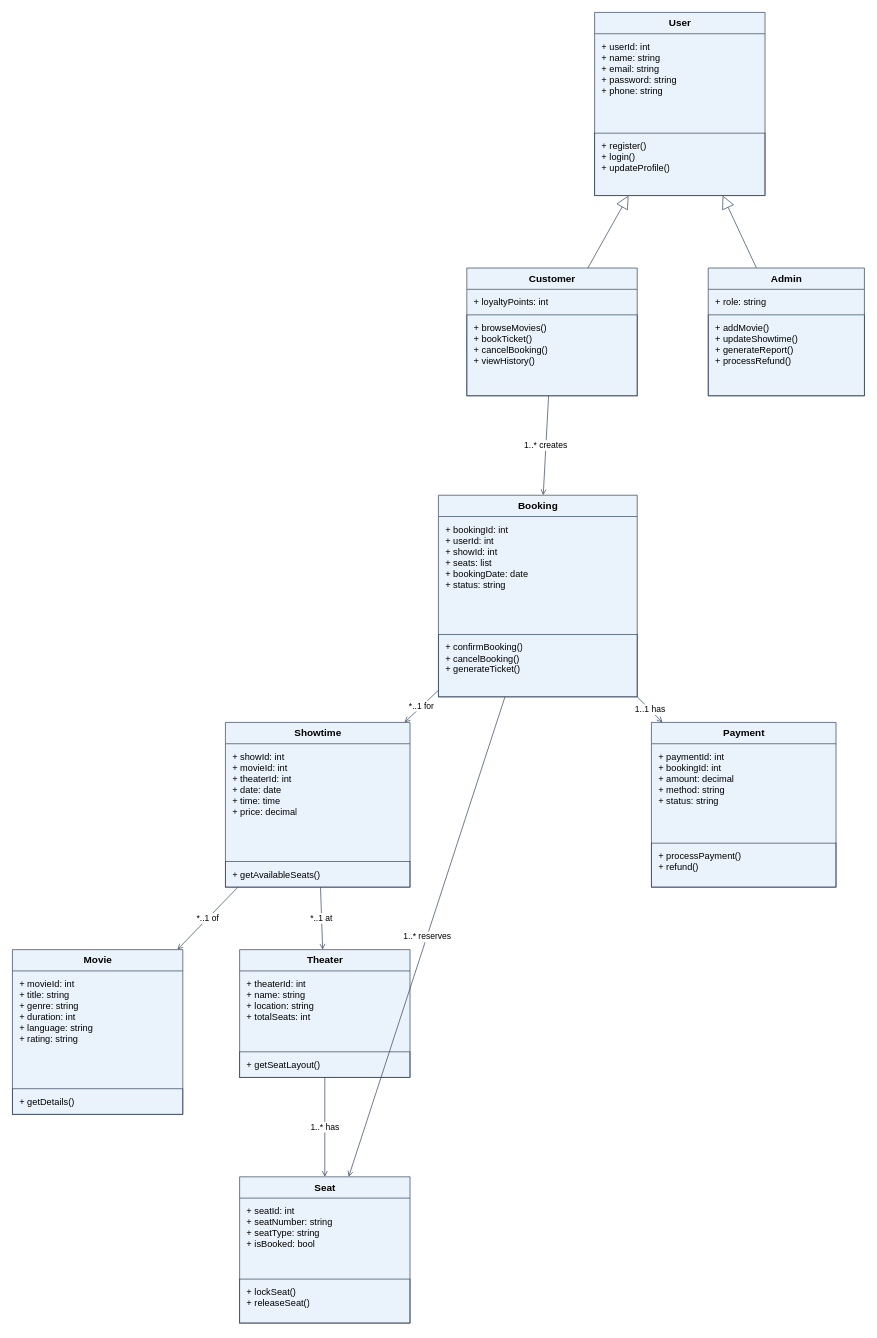
Earlier version of the draw.io diagram Designe/class-diagram.drawio (moviebookingticket/online-movie-ticket-booking). Source tidied: cells renumbered, new cells numbered last; positions are measured from the earlier drawing's top-left corner, leaving out a move shared by most shapes. Both pictures are drawn from the tidied source at 71%, with x=0, y=0 at pixel (12, 12).
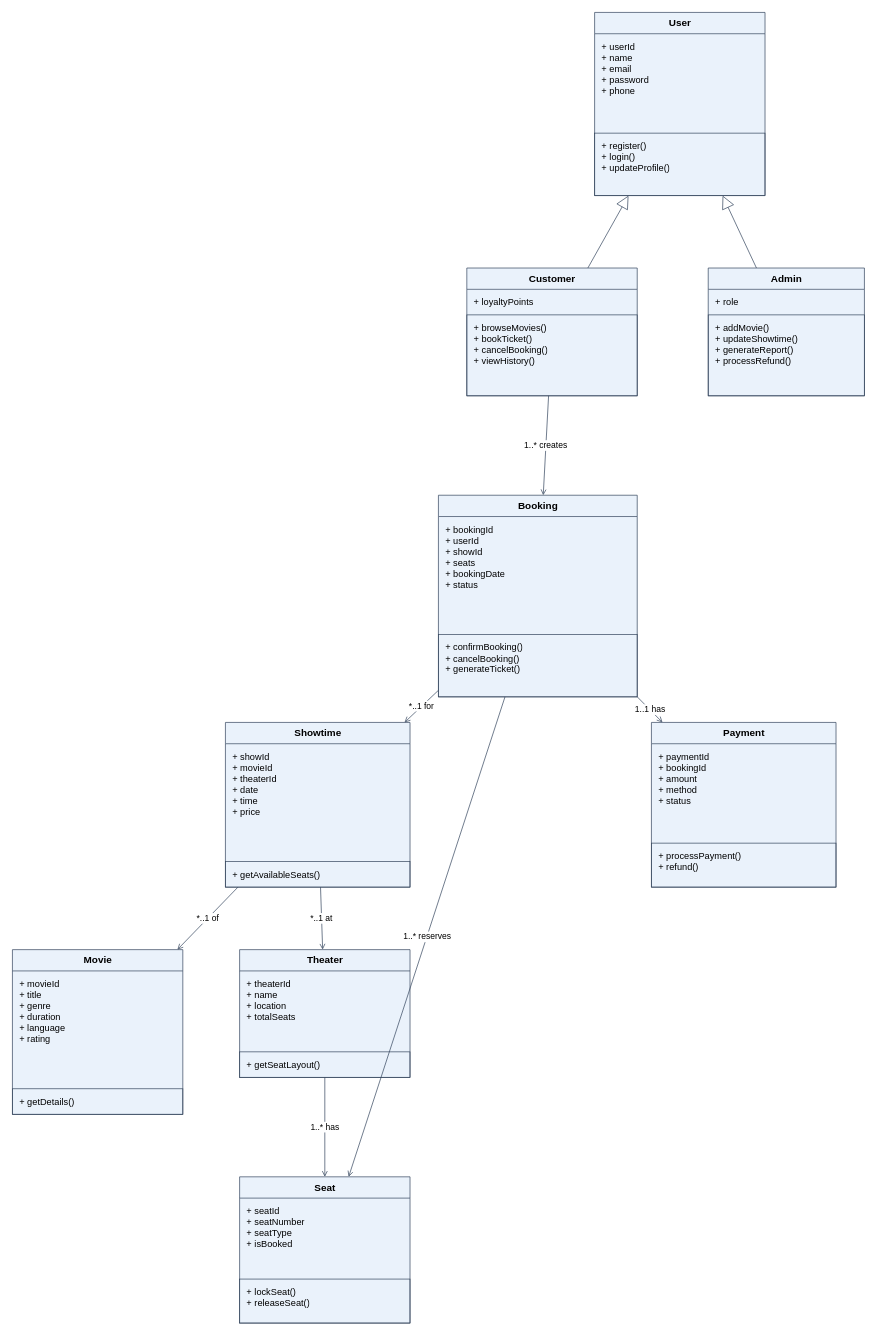
The same diagram, later.

Unchanged cells that the change refers to:
```xml
<mxCell id="2" value="User" style="swimlane;html=1;fontStyle=1;fontSize=14;align=center;verticalAlign=middle;horizontal=1;startSize=30;fillColor=#EAF2FB;strokeColor=#37485F;swimlaneFillColor=#EAF2FB;" parent="1" vertex="1">
  <mxGeometry x="820" width="240" height="258" as="geometry" />
</mxCell>
<mxCell id="5" value="Customer" style="swimlane;html=1;fontStyle=1;fontSize=14;align=center;verticalAlign=middle;horizontal=1;startSize=30;fillColor=#EAF2FB;strokeColor=#37485F;swimlaneFillColor=#EAF2FB;" parent="1" vertex="1">
  <mxGeometry x="640" y="360" width="240" height="180" as="geometry" />
</mxCell>
<mxCell id="8" value="Admin" style="swimlane;html=1;fontStyle=1;fontSize=14;align=center;verticalAlign=middle;horizontal=1;startSize=30;fillColor=#EAF2FB;strokeColor=#37485F;swimlaneFillColor=#EAF2FB;" parent="1" vertex="1">
  <mxGeometry x="980" y="360" width="220" height="180" as="geometry" />
</mxCell>
<mxCell id="11" value="Booking" style="swimlane;html=1;fontStyle=1;fontSize=14;align=center;verticalAlign=middle;horizontal=1;startSize=30;fillColor=#EAF2FB;strokeColor=#37485F;swimlaneFillColor=#EAF2FB;" parent="1" vertex="1">
  <mxGeometry x="600" y="680" width="280" height="284" as="geometry" />
</mxCell>
<mxCell id="14" value="Showtime" style="swimlane;html=1;fontStyle=1;fontSize=14;align=center;verticalAlign=middle;horizontal=1;startSize=30;fillColor=#EAF2FB;strokeColor=#37485F;swimlaneFillColor=#EAF2FB;" parent="1" vertex="1">
  <mxGeometry x="300" y="1000" width="260" height="232" as="geometry" />
</mxCell>
<mxCell id="17" value="Payment" style="swimlane;html=1;fontStyle=1;fontSize=14;align=center;verticalAlign=middle;horizontal=1;startSize=30;fillColor=#EAF2FB;strokeColor=#37485F;swimlaneFillColor=#EAF2FB;" parent="1" vertex="1">
  <mxGeometry x="900" y="1000" width="260" height="232" as="geometry" />
</mxCell>
<mxCell id="20" value="Movie" style="swimlane;html=1;fontStyle=1;fontSize=14;align=center;verticalAlign=middle;horizontal=1;startSize=30;fillColor=#EAF2FB;strokeColor=#37485F;swimlaneFillColor=#EAF2FB;" parent="1" vertex="1">
  <mxGeometry y="1320" width="240" height="232" as="geometry" />
</mxCell>
<mxCell id="23" value="Theater" style="swimlane;html=1;fontStyle=1;fontSize=14;align=center;verticalAlign=middle;horizontal=1;startSize=30;fillColor=#EAF2FB;strokeColor=#37485F;swimlaneFillColor=#EAF2FB;" parent="1" vertex="1">
  <mxGeometry x="320" y="1320" width="240" height="180" as="geometry" />
</mxCell>
<mxCell id="26" value="Seat" style="swimlane;html=1;fontStyle=1;fontSize=14;align=center;verticalAlign=middle;horizontal=1;startSize=30;fillColor=#EAF2FB;strokeColor=#37485F;swimlaneFillColor=#EAF2FB;" parent="1" vertex="1">
  <mxGeometry x="320" y="1640" width="240" height="206" as="geometry" />
</mxCell>
```

What changed in the source:
```diff
@@
-    <mxCell id="3" value="+ userId: int&#10;+ name: string&#10;+ email: string&#10;+ password: string&#10;+ phone: string" style="text;html=1;align=left;verticalAlign=top;spacingLeft=8;spacingTop=4;whiteSpace=wrap;overflow=hidden;fontSize=13;fillColor=none;" parent="2" vertex="1">
+    <mxCell id="3" value="+ userId&#10;+ name&#10;+ email&#10;+ password&#10;+ phone" style="text;html=1;align=left;verticalAlign=top;spacingLeft=8;spacingTop=4;whiteSpace=wrap;overflow=hidden;fontSize=13;fillColor=none;" parent="2" vertex="1">
       <mxGeometry y="30" width="240" height="140" as="geometry" />
     </mxCell>
@@
-    <mxCell id="6" value="+ loyaltyPoints: int" style="text;html=1;align=left;verticalAlign=top;spacingLeft=8;spacingTop=4;whiteSpace=wrap;overflow=hidden;fontSize=13;fillColor=none;" parent="5" vertex="1">
+    <mxCell id="6" value="+ loyaltyPoints" style="text;html=1;align=left;verticalAlign=top;spacingLeft=8;spacingTop=4;whiteSpace=wrap;overflow=hidden;fontSize=13;fillColor=none;" parent="5" vertex="1">
       <mxGeometry y="30" width="240" height="36" as="geometry" />
     </mxCell>
@@
-    <mxCell id="9" value="+ role: string" style="text;html=1;align=left;verticalAlign=top;spacingLeft=8;spacingTop=4;whiteSpace=wrap;overflow=hidden;fontSize=13;fillColor=none;" parent="8" vertex="1">
+    <mxCell id="9" value="+ role" style="text;html=1;align=left;verticalAlign=top;spacingLeft=8;spacingTop=4;whiteSpace=wrap;overflow=hidden;fontSize=13;fillColor=none;" parent="8" vertex="1">
       <mxGeometry y="30" width="220" height="36" as="geometry" />
     </mxCell>
@@
-    <mxCell id="12" value="+ bookingId: int&#10;+ userId: int&#10;+ showId: int&#10;+ seats: list&#10;+ bookingDate: date&#10;+ status: string" style="text;html=1;align=left;verticalAlign=top;spacingLeft=8;spacingTop=4;whiteSpace=wrap;overflow=hidden;fontSize=13;fillColor=none;" parent="11" vertex="1">
+    <mxCell id="12" value="+ bookingId&#10;+ userId&#10;+ showId&#10;+ seats&#10;+ bookingDate&#10;+ status" style="text;html=1;align=left;verticalAlign=top;spacingLeft=8;spacingTop=4;whiteSpace=wrap;overflow=hidden;fontSize=13;fillColor=none;" parent="11" vertex="1">
       <mxGeometry y="30" width="280" height="166" as="geometry" />
     </mxCell>
@@
-    <mxCell id="15" value="+ showId: int&#10;+ movieId: int&#10;+ theaterId: int&#10;+ date: date&#10;+ time: time&#10;+ price: decimal" style="text;html=1;align=left;verticalAlign=top;spacingLeft=8;spacingTop=4;whiteSpace=wrap;overflow=hidden;fontSize=13;fillColor=none;" parent="14" vertex="1">
+    <mxCell id="15" value="+ showId&#10;+ movieId&#10;+ theaterId&#10;+ date&#10;+ time&#10;+ price" style="text;html=1;align=left;verticalAlign=top;spacingLeft=8;spacingTop=4;whiteSpace=wrap;overflow=hidden;fontSize=13;fillColor=none;" parent="14" vertex="1">
       <mxGeometry y="30" width="260" height="166" as="geometry" />
     </mxCell>
@@
-    <mxCell id="18" value="+ paymentId: int&#10;+ bookingId: int&#10;+ amount: decimal&#10;+ method: string&#10;+ status: string" style="text;html=1;align=left;verticalAlign=top;spacingLeft=8;spacingTop=4;whiteSpace=wrap;overflow=hidden;fontSize=13;fillColor=none;" parent="17" vertex="1">
+    <mxCell id="18" value="+ paymentId&#10;+ bookingId&#10;+ amount&#10;+ method&#10;+ status" style="text;html=1;align=left;verticalAlign=top;spacingLeft=8;spacingTop=4;whiteSpace=wrap;overflow=hidden;fontSize=13;fillColor=none;" parent="17" vertex="1">
       <mxGeometry y="30" width="260" height="140" as="geometry" />
     </mxCell>
@@
-    <mxCell id="21" value="+ movieId: int&#10;+ title: string&#10;+ genre: string&#10;+ duration: int&#10;+ language: string&#10;+ rating: string" style="text;html=1;align=left;verticalAlign=top;spacingLeft=8;spacingTop=4;whiteSpace=wrap;overflow=hidden;fontSize=13;fillColor=none;" parent="20" vertex="1">
+    <mxCell id="21" value="+ movieId&#10;+ title&#10;+ genre&#10;+ duration&#10;+ language&#10;+ rating" style="text;html=1;align=left;verticalAlign=top;spacingLeft=8;spacingTop=4;whiteSpace=wrap;overflow=hidden;fontSize=13;fillColor=none;" parent="20" vertex="1">
       <mxGeometry y="30" width="240" height="166" as="geometry" />
     </mxCell>
@@
-    <mxCell id="24" value="+ theaterId: int&#10;+ name: string&#10;+ location: string&#10;+ totalSeats: int" style="text;html=1;align=left;verticalAlign=top;spacingLeft=8;spacingTop=4;whiteSpace=wrap;overflow=hidden;fontSize=13;fillColor=none;" parent="23" vertex="1">
+    <mxCell id="24" value="+ theaterId&#10;+ name&#10;+ location&#10;+ totalSeats" style="text;html=1;align=left;verticalAlign=top;spacingLeft=8;spacingTop=4;whiteSpace=wrap;overflow=hidden;fontSize=13;fillColor=none;" parent="23" vertex="1">
       <mxGeometry y="30" width="240" height="114" as="geometry" />
     </mxCell>
@@
-    <mxCell id="27" value="+ seatId: int&#10;+ seatNumber: string&#10;+ seatType: string&#10;+ isBooked: bool" style="text;html=1;align=left;verticalAlign=top;spacingLeft=8;spacingTop=4;whiteSpace=wrap;overflow=hidden;fontSize=13;fillColor=none;" parent="26" vertex="1">
+    <mxCell id="27" value="+ seatId&#10;+ seatNumber&#10;+ seatType&#10;+ isBooked" style="text;html=1;align=left;verticalAlign=top;spacingLeft=8;spacingTop=4;whiteSpace=wrap;overflow=hidden;fontSize=13;fillColor=none;" parent="26" vertex="1">
       <mxGeometry y="30" width="240" height="114" as="geometry" />
     </mxCell>
```
